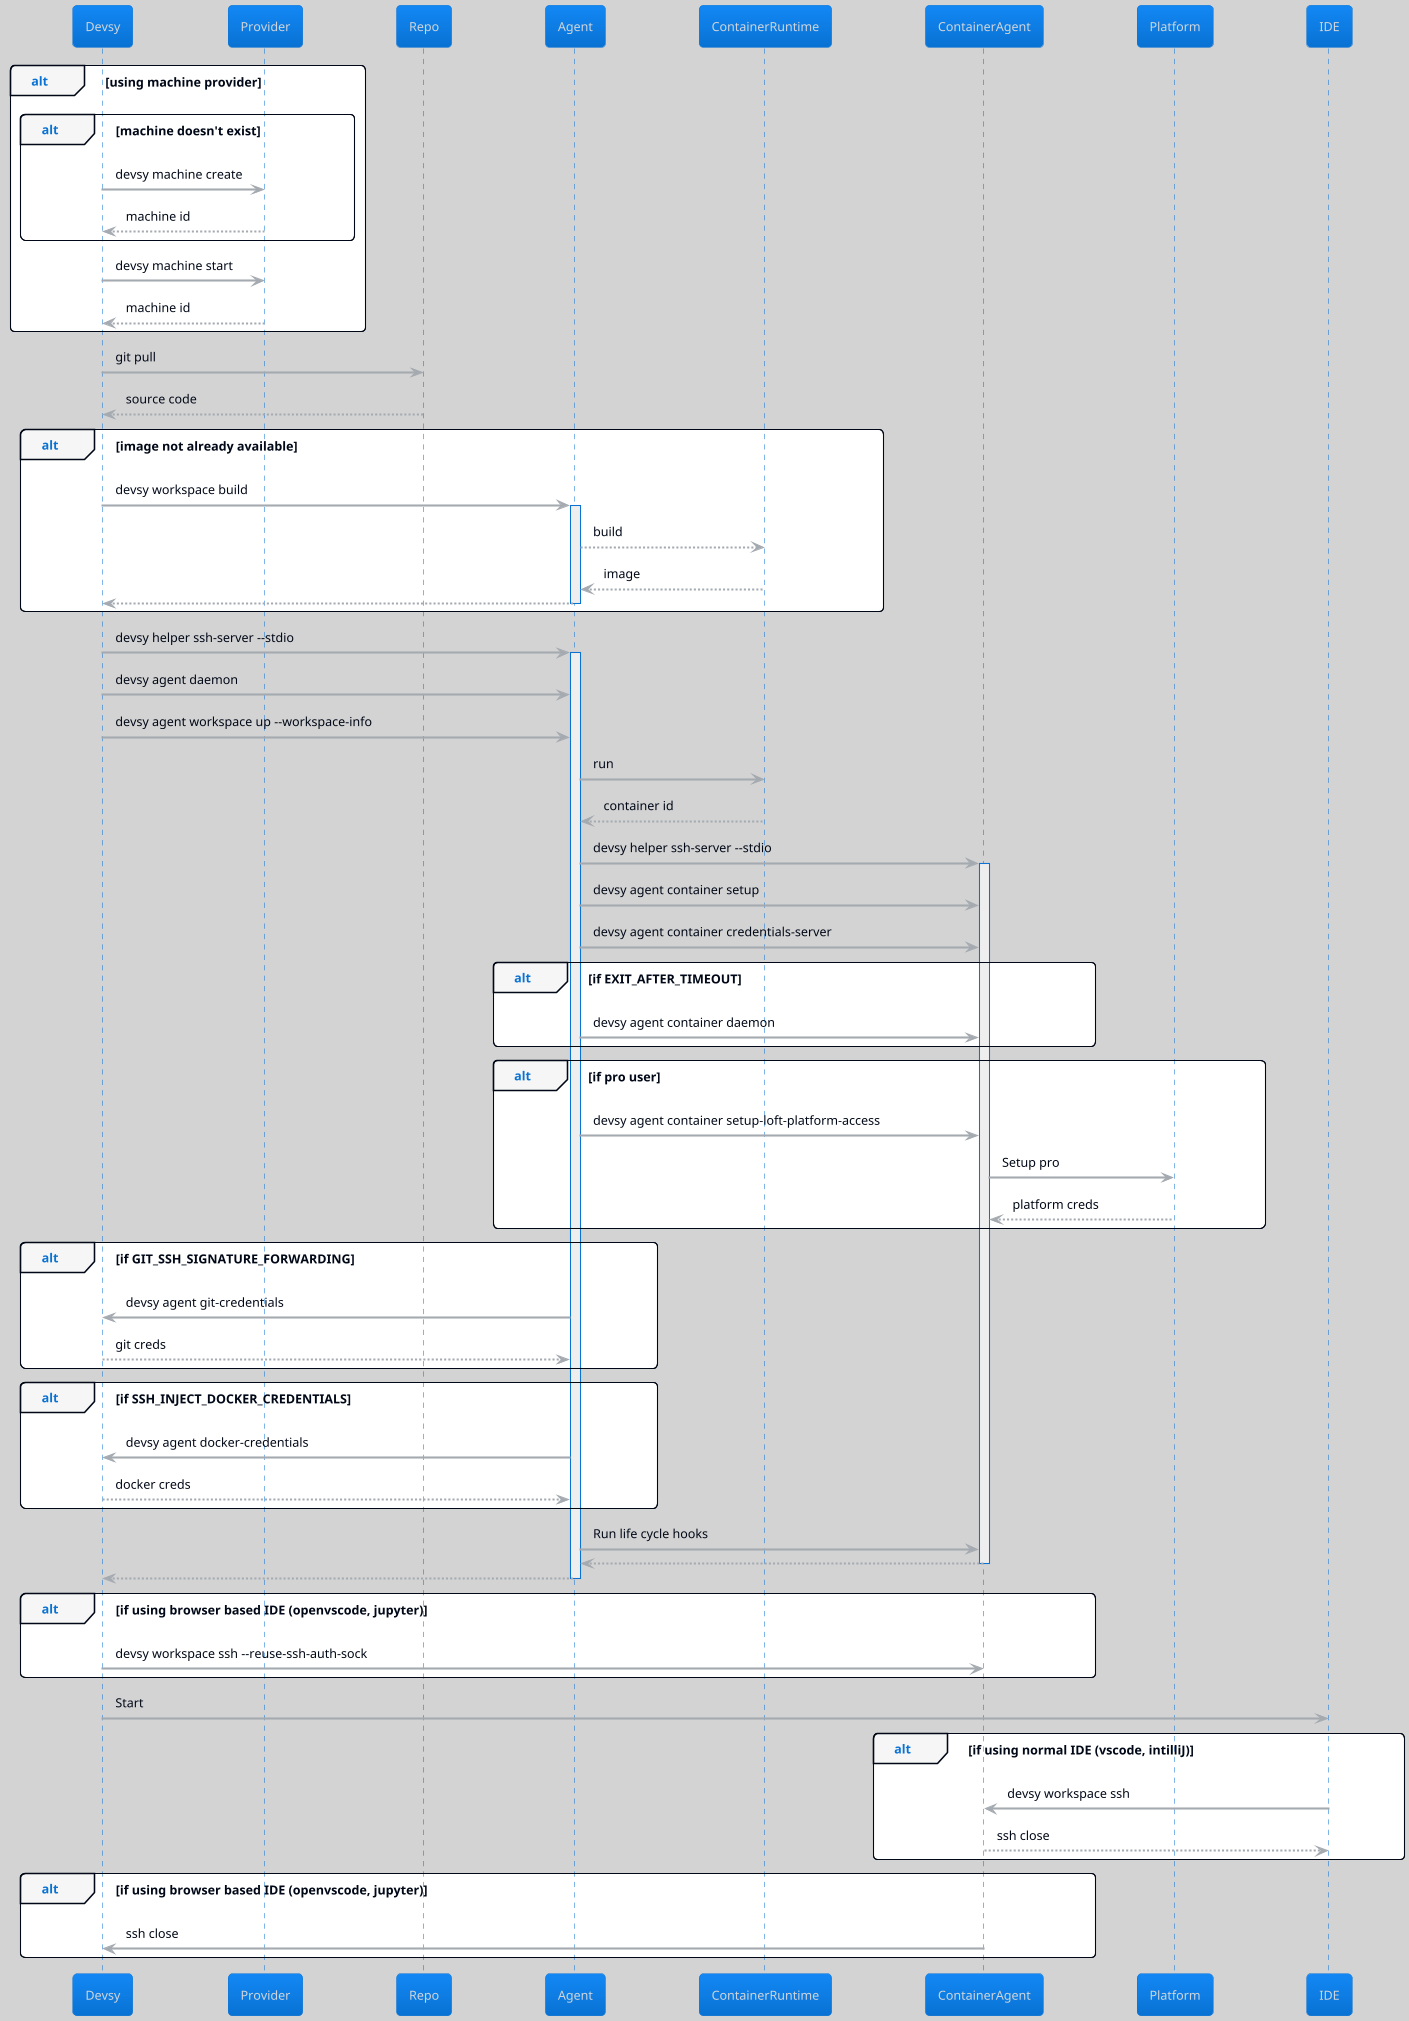
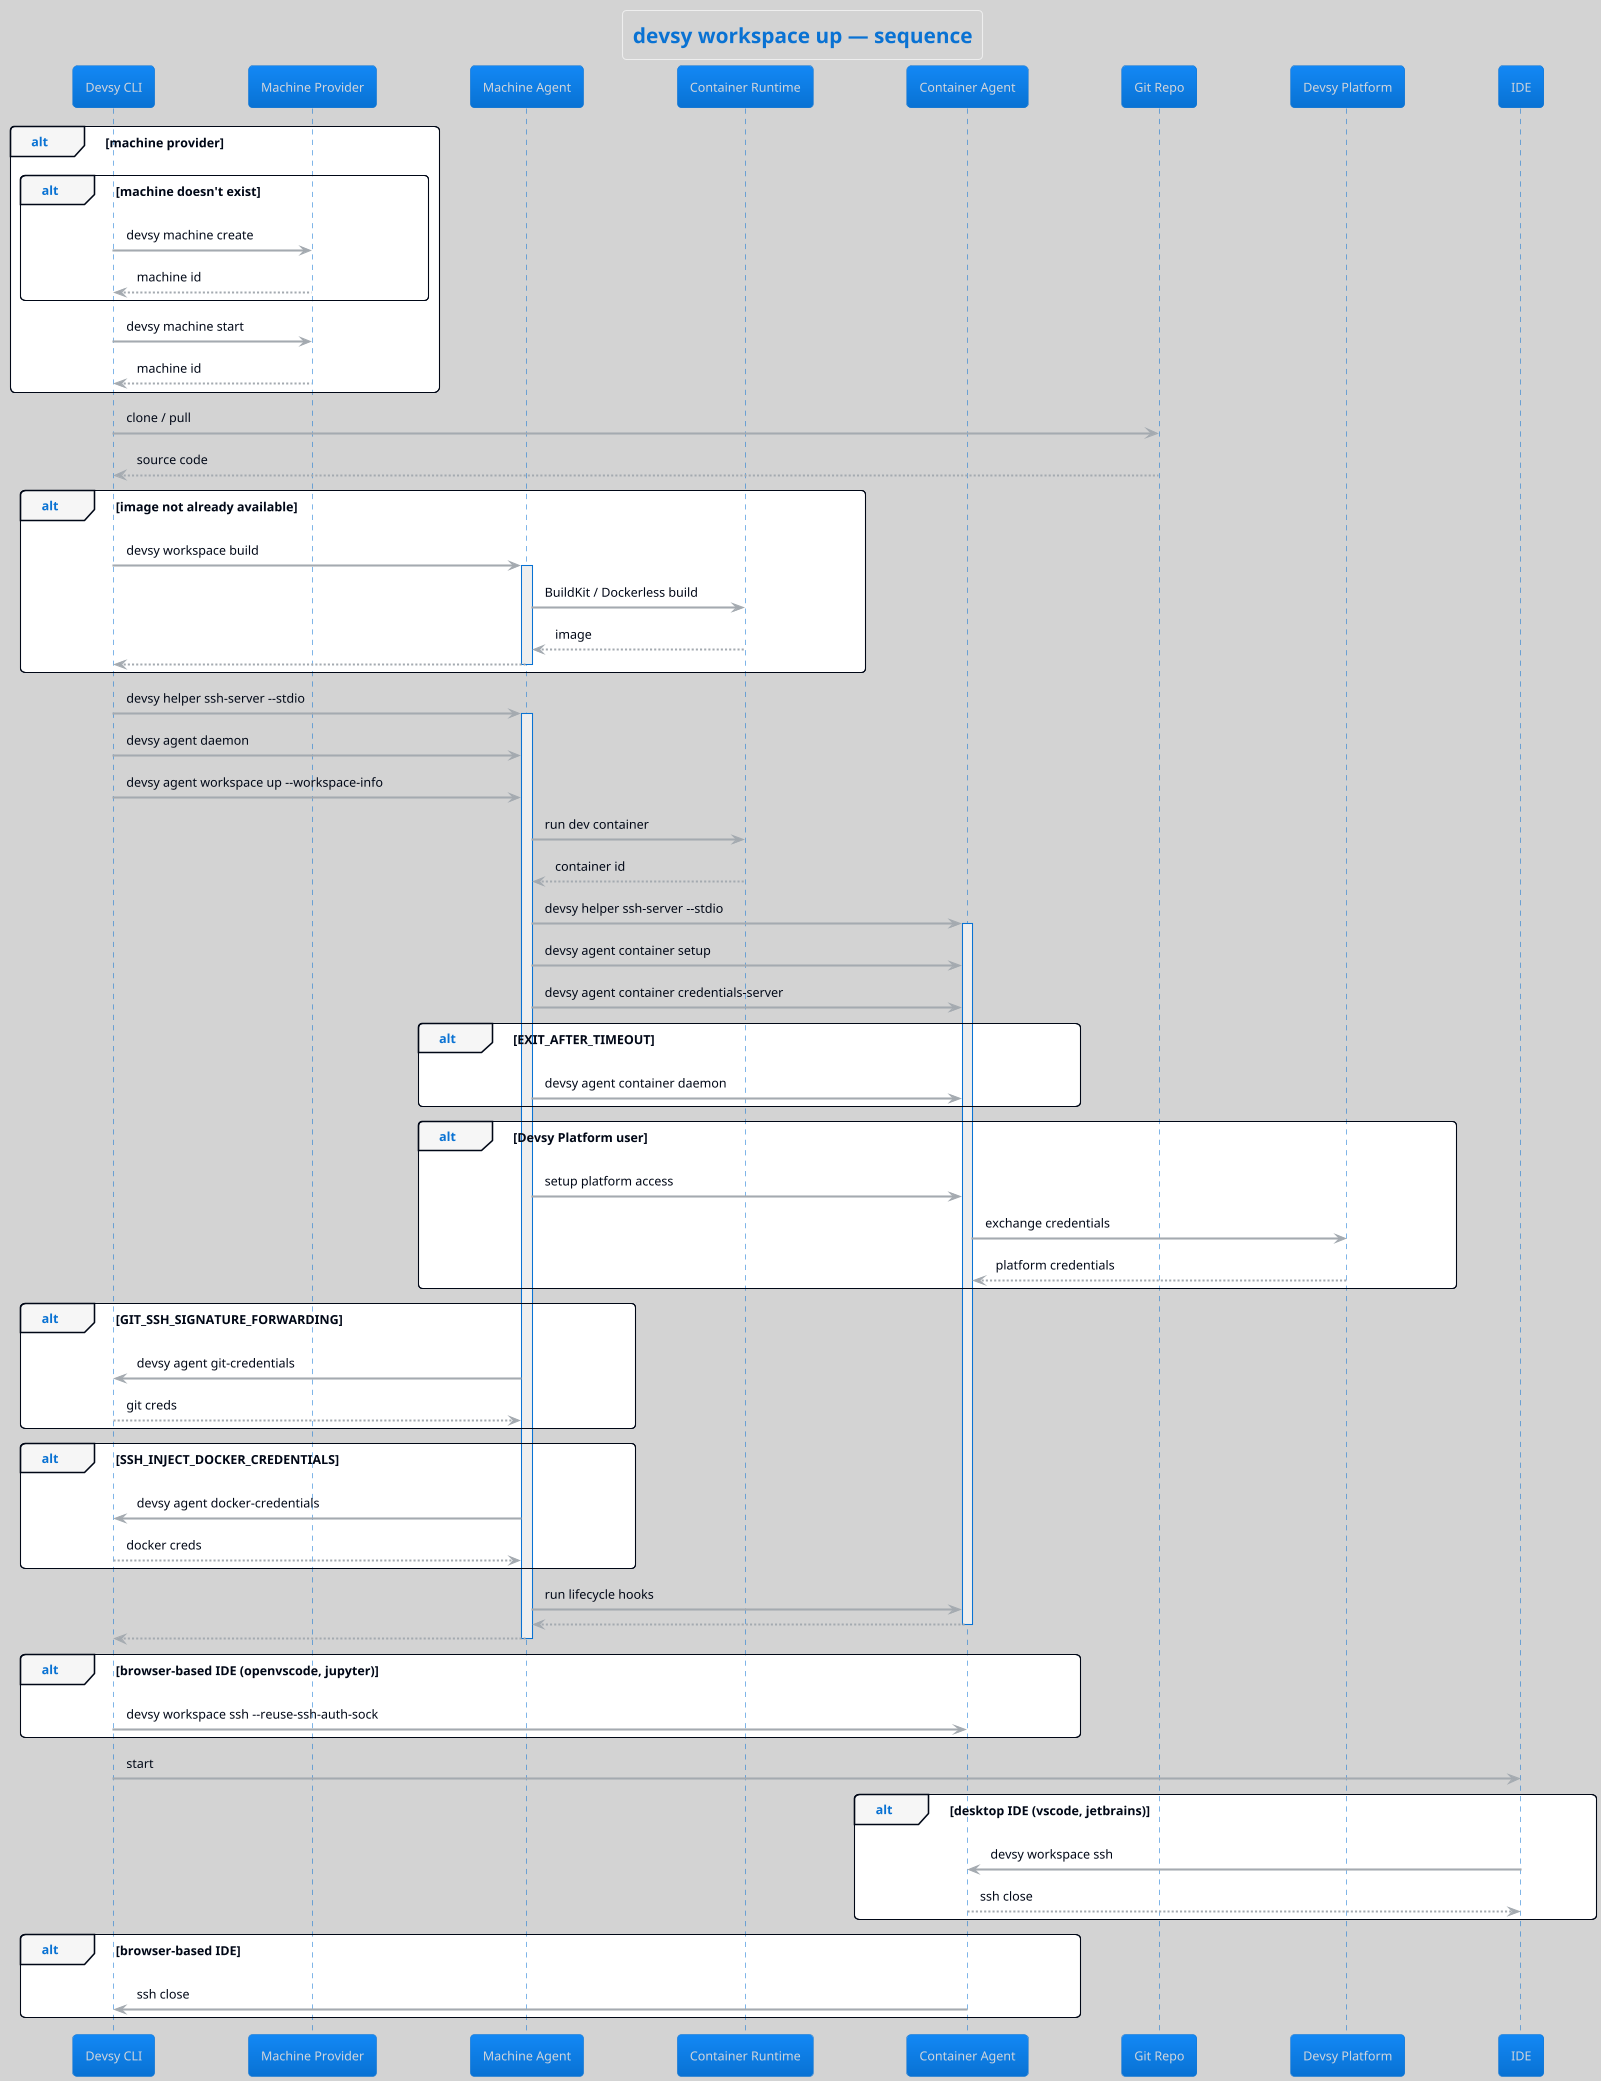
@startuml

!theme cloudscape-design
skinparam BackgroundColor lightgray

- alt using machine provider
- alt machine doesn't exist
- Devsy -> Provider: devsy machine create
- Provider --> Devsy: machine id
- end
- Devsy -> Provider: devsy machine start
- Provider --> Devsy: machine id
+ title devsy workspace up — sequence
+ 
+ participant "Devsy CLI" as Devsy
+ participant "Machine Provider" as Provider
+ participant "Machine Agent" as Agent
+ participant "Container Runtime" as ContainerRuntime
+ participant "Container Agent" as ContainerAgent
+ participant "Git Repo" as Repo
+ participant "Devsy Platform" as Platform
+ participant "IDE" as IDE
+ 
+ alt machine provider
+   alt machine doesn't exist
+     Devsy -> Provider: devsy machine create
+     Provider --> Devsy: machine id
+   end
+   Devsy -> Provider: devsy machine start
+   Provider --> Devsy: machine id
end

- Devsy -> Repo: git pull
+ Devsy -> Repo: clone / pull
Repo --> Devsy: source code

alt image not already available
- Devsy -> Agent: devsy workspace build
- activate Agent
- Agent --> ContainerRuntime: build
- ContainerRuntime --> Agent: image
- Agent --> Devsy:
- deactivate Agent
+   Devsy -> Agent: devsy workspace build
+   activate Agent
+   Agent -> ContainerRuntime: BuildKit / Dockerless build
+   ContainerRuntime --> Agent: image
+   Agent --> Devsy:
+   deactivate Agent
end

Devsy -> Agent: devsy helper ssh-server --stdio
activate Agent
Devsy -> Agent: devsy agent daemon
Devsy -> Agent: devsy agent workspace up --workspace-info

- Agent -> ContainerRuntime: run
+ Agent -> ContainerRuntime: run dev container
ContainerRuntime --> Agent: container id

Agent -> ContainerAgent: devsy helper ssh-server --stdio
activate ContainerAgent

Agent -> ContainerAgent: devsy agent container setup
Agent -> ContainerAgent: devsy agent container credentials-server
- alt if EXIT_AFTER_TIMEOUT
- Agent -> ContainerAgent: devsy agent container daemon
+ alt EXIT_AFTER_TIMEOUT
+   Agent -> ContainerAgent: devsy agent container daemon
end

- alt if pro user
- Agent -> ContainerAgent: devsy agent container setup-loft-platform-access
- ContainerAgent -> Platform: Setup pro
- Platform --> ContainerAgent: platform creds
+ alt Devsy Platform user
+   Agent -> ContainerAgent: setup platform access
+   ContainerAgent -> Platform: exchange credentials
+   Platform --> ContainerAgent: platform credentials
end

- alt if GIT_SSH_SIGNATURE_FORWARDING
- Agent -> Devsy: devsy agent git-credentials
- Devsy --> Agent: git creds
+ alt GIT_SSH_SIGNATURE_FORWARDING
+   Agent -> Devsy: devsy agent git-credentials
+   Devsy --> Agent: git creds
end
- alt if SSH_INJECT_DOCKER_CREDENTIALS
- Agent -> Devsy: devsy agent docker-credentials
- Devsy --> Agent: docker creds
+ alt SSH_INJECT_DOCKER_CREDENTIALS
+   Agent -> Devsy: devsy agent docker-credentials
+   Devsy --> Agent: docker creds
end

- Agent -> ContainerAgent: Run life cycle hooks
+ Agent -> ContainerAgent: run lifecycle hooks

ContainerAgent --> Agent:
deactivate ContainerAgent
Agent --> Devsy:
deactivate Agent

- alt if using browser based IDE (openvscode, jupyter)
- Devsy -> ContainerAgent: devsy workspace ssh --reuse-ssh-auth-sock
+ alt browser-based IDE (openvscode, jupyter)
+   Devsy -> ContainerAgent: devsy workspace ssh --reuse-ssh-auth-sock
end

- Devsy -> IDE: Start
+ Devsy -> IDE: start

- alt if using normal IDE (vscode, intilliJ)
- IDE -> ContainerAgent: devsy workspace ssh
- ContainerAgent --> IDE: ssh close
+ alt desktop IDE (vscode, jetbrains)
+   IDE -> ContainerAgent: devsy workspace ssh
+   ContainerAgent --> IDE: ssh close
end

- alt if using browser based IDE (openvscode, jupyter)
- ContainerAgent -> Devsy: ssh close
+ alt browser-based IDE
+   ContainerAgent -> Devsy: ssh close
end

- 
@enduml
